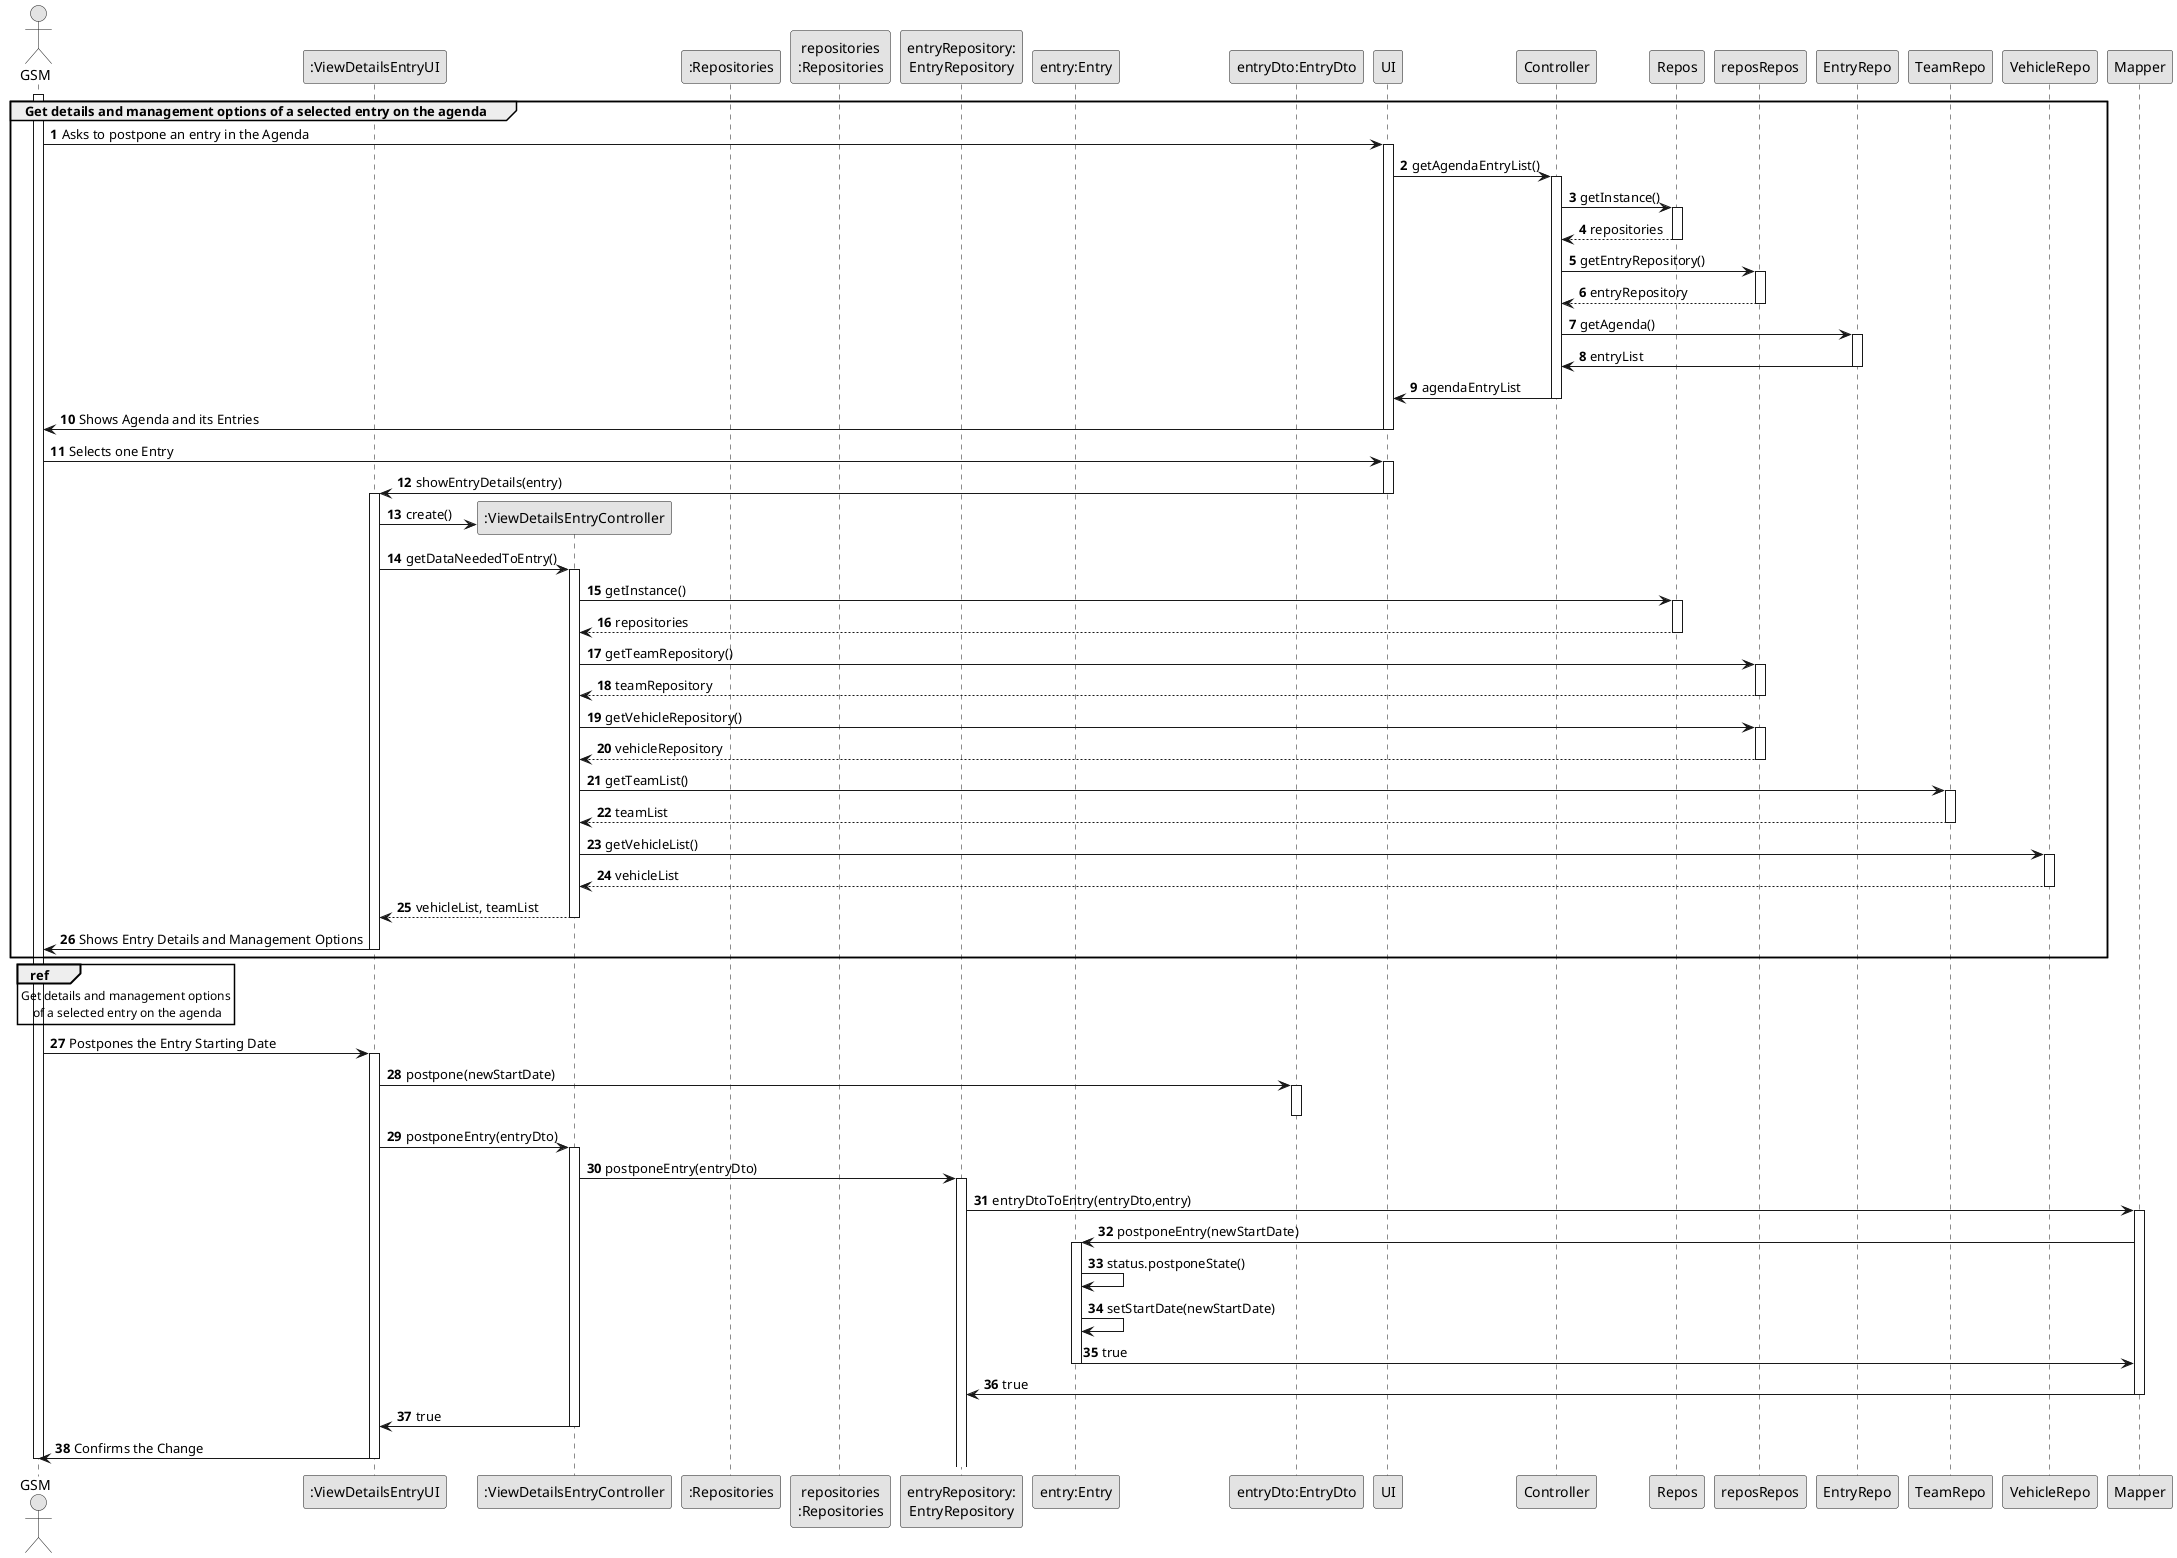
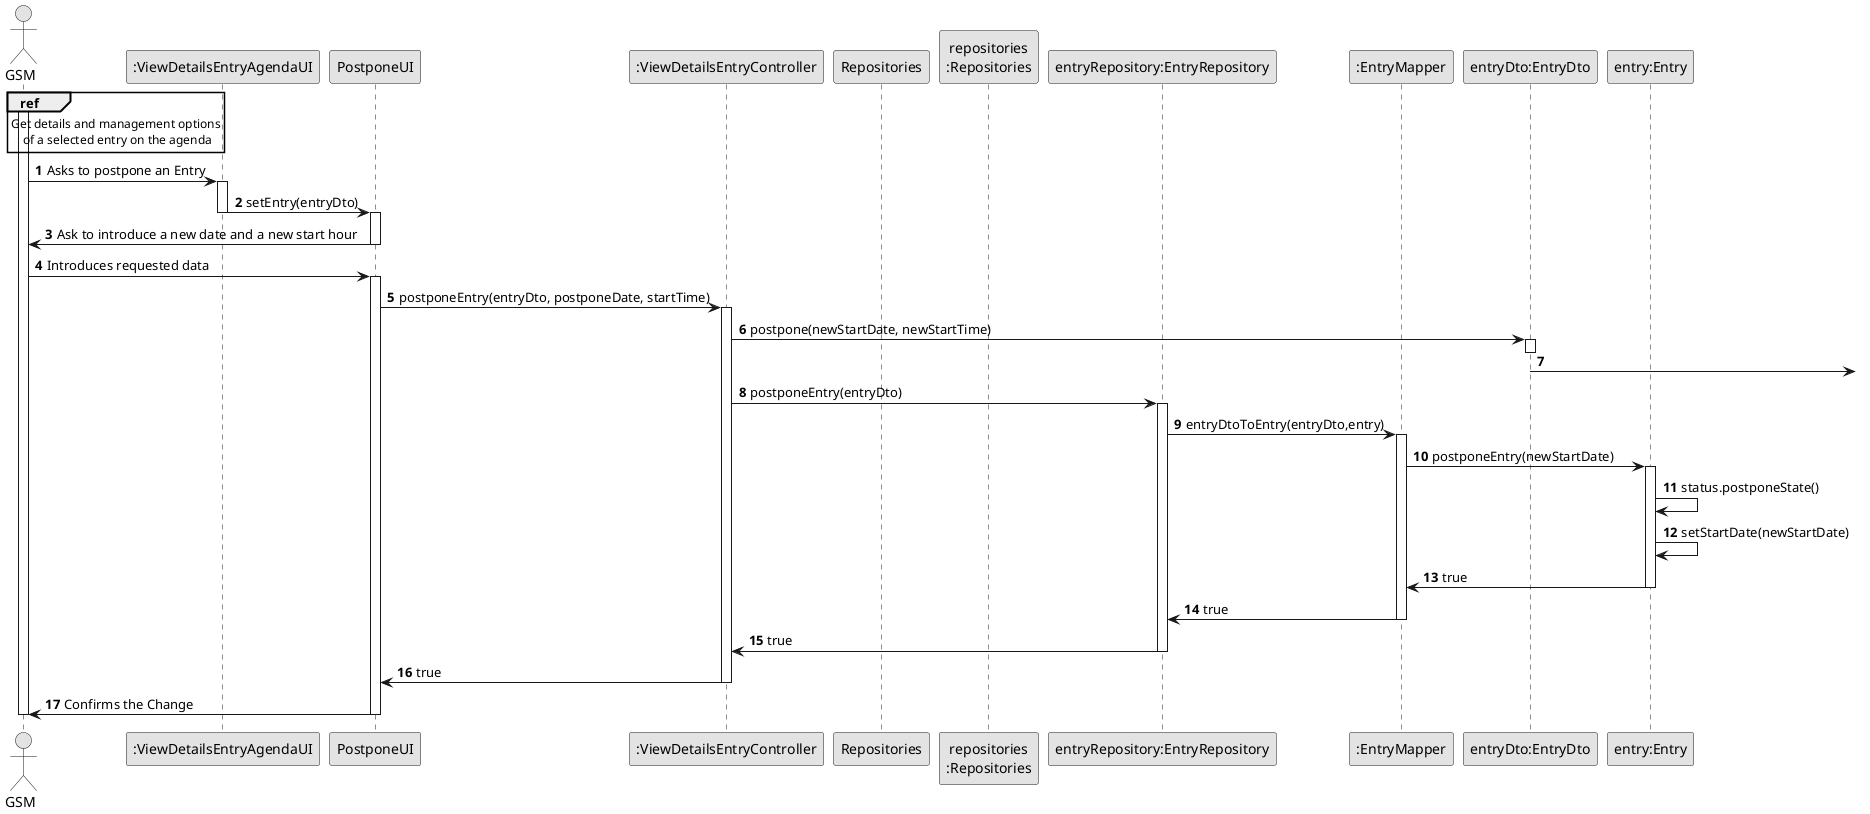
@startuml
+ !pragma teoz true
skinparam monochrome true
skinparam packageStyle rectangle
skinparam shadowing false

autonumber

- actor "GSM" as GSM
+ actor "GSM" as Actor

- participant ":ViewDetailsEntryUI" as UI2
- participant ":ViewDetailsEntryController" as CTRL2
- participant ":Repositories" as RepositorySingleton
- participant "repositories\n:Repositories" as PLAT
- participant "entryRepository:\nEntryRepository" as EntryRepository
- participant "entry:Entry" as OBJ
- participant "entryDto:EntryDto" as DTO
- 
- activate GSM
- 
- group Get details and management options of a selected entry on the agenda
- 
-     GSM -> UI: Asks to postpone an entry in the Agenda
-     activate UI
+ participant ":ViewDetailsEntryAgendaUI" as UI
+ participant "PostponeUI" as UI2


-     UI -> Controller: getAgendaEntryList()
-     activate Controller

-     Controller -> Repos: getInstance()
-     activate Repos
- 
-     Repos --> Controller: repositories
-     deactivate Repos
- 
-     Controller -> reposRepos: getEntryRepository()
-     activate reposRepos
- 
-     reposRepos --> Controller: entryRepository
-     deactivate reposRepos
- 
-     Controller -> EntryRepo: getAgenda()
-     activate EntryRepo
- 
-     EntryRepo -> Controller: entryList
-     deactivate EntryRepo
- 
-     Controller -> UI: agendaEntryList
-     deactivate Controller
- 
-     UI -> GSM: Shows Agenda and its Entries
-     deactivate UI
+ participant ":ViewDetailsEntryController" as CTRL2
+ participant "Repositories" as Repos
+ participant "repositories\n:Repositories" as reposRepos
+ participant "entryRepository:EntryRepository" as EntryRepo


-     GSM -> UI: Selects one Entry
-     activate UI

-     UI -> UI2: showEntryDetails(entry)
-     deactivate UI
-     activate UI2
+ participant ":EntryMapper" as EntryMapper
+ 
+ participant "entryDto:EntryDto" as EntryDto


-     UI2 -> CTRL2**: create()
- 
-     UI2 -> CTRL2: getDataNeededToEntry()
-     activate CTRL2
+ participant "entry:Entry" as Entry


-     CTRL2 -> Repos: getInstance()
-     activate Repos
- 
-     Repos --> CTRL2: repositories
-     deactivate Repos
- 
-     CTRL2 -> reposRepos: getTeamRepository()
-     activate reposRepos
- 
-     reposRepos --> CTRL2: teamRepository
-     deactivate reposRepos
- 
-     CTRL2 -> reposRepos: getVehicleRepository()
-     activate reposRepos
- 
-     reposRepos --> CTRL2: vehicleRepository
-     deactivate reposRepos
- 
-     CTRL2 -> TeamRepo: getTeamList()
-     activate TeamRepo
- 
-     TeamRepo --> CTRL2: teamList
-     deactivate TeamRepo


-     CTRL2 -> VehicleRepo: getVehicleList()
-     activate VehicleRepo
+ activate Actor

-     VehicleRepo --> CTRL2: vehicleList
-     deactivate VehicleRepo
+ ref over Actor : Get details and management options\n of a selected entry on the agenda

-     CTRL2 --> UI2: vehicleList, teamList
-     deactivate CTRL2

-     UI2 -> GSM: Shows Entry Details and Management Options
-     deactivate UI2
- end
+ Actor -> UI : Asks to postpone an Entry
+ activate UI
+ 
+ 
+ UI -> UI2 :setEntry(entryDto)
+ 
+ activate UI2
+ deactivate UI
+ 
+ UI2-> Actor : Ask to introduce a new date and a new start hour
+ deactivate UI2
+ Actor -> UI2 : Introduces requested data
+ activate UI2
+ 
+ 
+ UI2 -> CTRL2 : postponeEntry(entryDto, postponeDate, startTime)
+ activate CTRL2
+ CTRL2-> EntryDto : postpone(newStartDate, newStartTime)
+ activate EntryDto
+ 
+ deactivate EntryDto





+ EntryDto ->


- ref over GSM : Get details and management options\n of a selected entry on the agenda

- GSM-> UI2: Postpones the Entry Starting Date
- activate UI2
+ CTRL2 -> EntryRepo : postponeEntry(entryDto)
+ activate EntryRepo

- UI2 -> DTO : postpone(newStartDate)
- activate DTO
+ EntryRepo -> EntryMapper : entryDtoToEntry(entryDto,entry)
+ activate EntryMapper

- deactivate DTO
+ EntryMapper -> Entry: postponeEntry(newStartDate)
+ activate Entry

- UI2 -> CTRL2: postponeEntry(entryDto)
- activate CTRL2
+ Entry -> Entry: status.postponeState()
+ Entry -> Entry: setStartDate(newStartDate)

- CTRL2 -> EntryRepository : postponeEntry(entryDto)
- activate EntryRepository
- 
- EntryRepository -> Mapper : entryDtoToEntry(entryDto,entry)
- activate Mapper
- 
- Mapper -> OBJ: postponeEntry(newStartDate)
- activate OBJ
- 
- OBJ -> OBJ: status.postponeState()
- OBJ -> OBJ: setStartDate(newStartDate)
- 
- OBJ -> Mapper: true
+ Entry -> EntryMapper: true


- deactivate OBJ
+ deactivate Entry

- Mapper -> EntryRepository : true
- deactivate Mapper
+ EntryMapper -> EntryRepo : true
+ deactivate EntryMapper

+ EntryRepo -> CTRL2 :true
+ deactivate EntryRepo
CTRL2 -> UI2: true
+ 
+ 
deactivate CTRL2


- UI2 -> GSM: Confirms the Change
+ UI2 -> Actor: Confirms the Change
deactivate UI2
- deactivate GSM
+ deactivate Actor
+ 

@enduml


+ 
+ @enduml